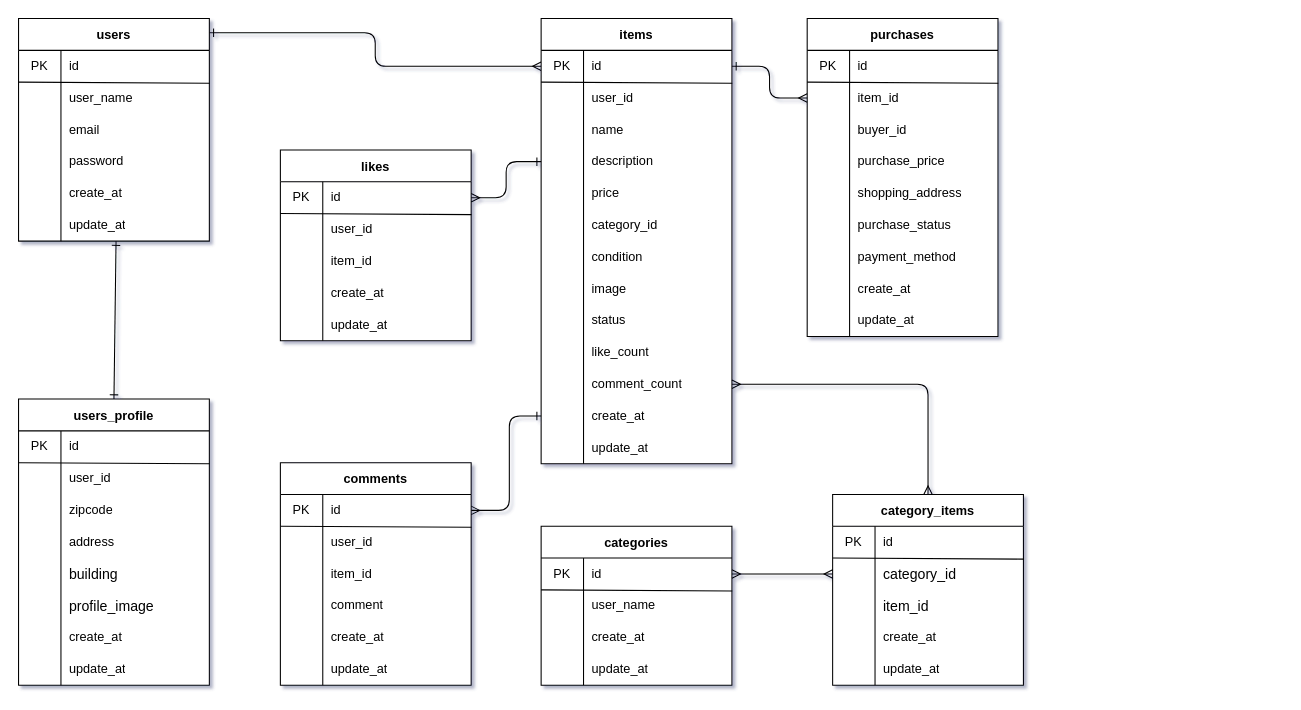
Above: erd.dio in shun1019/coachtech-flea-market-app (draw.io), before the change. Source tidied: cells renumbered, new cells numbered last; positions are measured from the earlier drawing's top-left corner, leaving out a move shared by most shapes. Both pictures are drawn from the tidied source at 106%, with x=0, y=0 at pixel (18, 18).
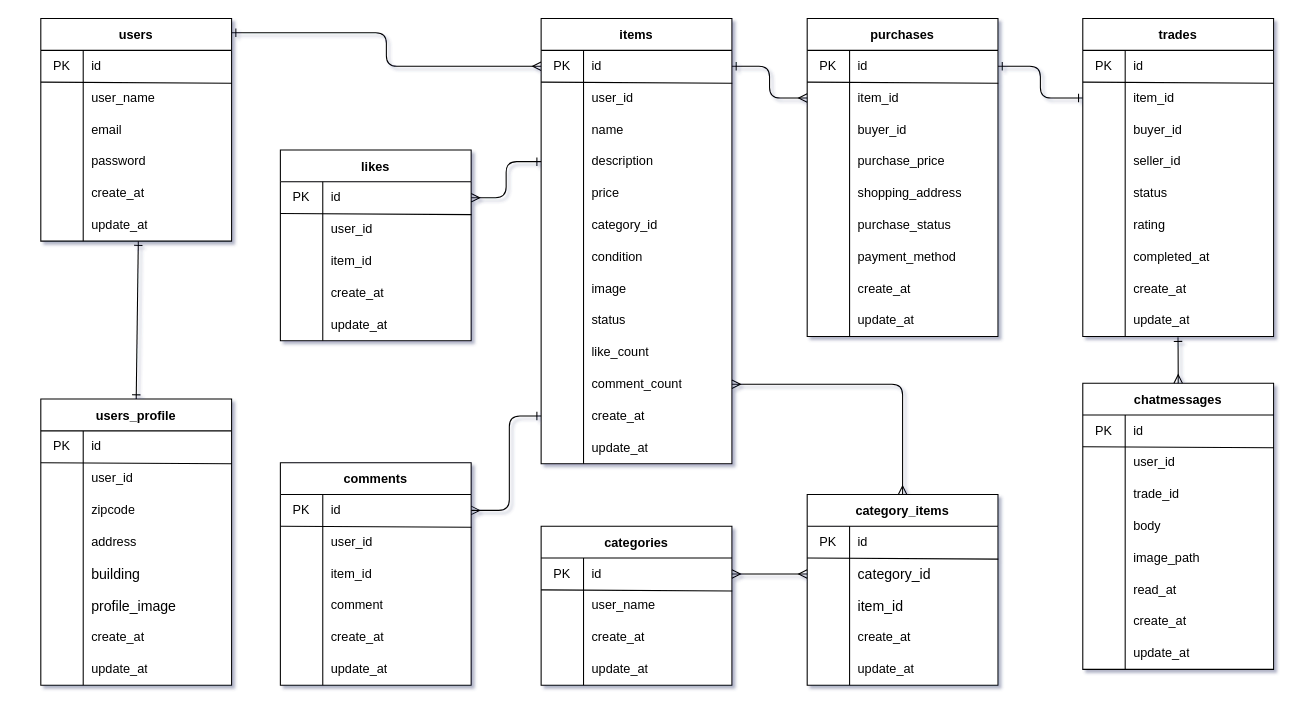
After the change.

Unchanged cells that the change refers to:
```xml
<mxCell id="24" style="shape=tableRow;horizontal=0;startSize=0;swimlaneHead=0;swimlaneBody=0;top=0;left=0;bottom=0;right=0;fillColor=none;points=[[0,0.5],[1,0.5]];portConstraint=eastwest;fontColor=#000000;" parent="23" vertex="1">
  <mxGeometry y="30" width="180" height="30" as="geometry" />
</mxCell>
```

What changed in the source:
```diff
@@
     <mxCell id="3" value="users" style="shape=table;startSize=30;childLayout=tableLayout;rowLines=0;fontStyle=1;fontColor=#000000;labelBackgroundColor=#FFFFFF;fillColor=#fff;strokeColor=#000000;swimlaneFillColor=#FFFFFF;" parent="1" vertex="1">
-      <mxGeometry width="180" height="210" as="geometry" />
+      <mxGeometry x="21" width="180" height="210" as="geometry" />
     </mxCell>
@@
     <mxCell id="145" value="users_profile" style="shape=table;startSize=30;childLayout=tableLayout;rowLines=0;fontStyle=1;fontColor=#000000;labelBackgroundColor=#FFFFFF;fillColor=#fff;strokeColor=#000000;swimlaneFillColor=#FFFFFF;" parent="1" vertex="1">
-      <mxGeometry y="359" width="180" height="270" as="geometry" />
+      <mxGeometry x="21" y="359" width="180" height="270" as="geometry" />
     </mxCell>
@@
     <mxCell id="174" value="category_items" style="shape=table;startSize=30;childLayout=tableLayout;rowLines=0;fontStyle=1;fontColor=#000000;labelBackgroundColor=#FFFFFF;fillColor=#fff;strokeColor=#000000;swimlaneFillColor=#FFFFFF;" parent="1" vertex="1">
-      <mxGeometry x="768" y="449" width="180" height="180" as="geometry" />
+      <mxGeometry x="744" y="449" width="180" height="180" as="geometry" />
     </mxCell>
@@
+    <mxCell id="193" value="trades" style="shape=table;startSize=30;childLayout=tableLayout;rowLines=0;fontStyle=1;fontColor=#000000;labelBackgroundColor=#FFFFFF;fillColor=#fff;strokeColor=#000000;swimlaneFillColor=#FFFFFF;" parent="1" vertex="1">
+      <mxGeometry x="1004" width="180" height="300" as="geometry" />
+    </mxCell>
+    <mxCell id="194" style="shape=tableRow;horizontal=0;startSize=0;swimlaneHead=0;swimlaneBody=0;top=0;left=0;bottom=0;right=0;fillColor=none;points=[[0,0.5],[1,0.5]];portConstraint=eastwest;fontColor=#000000;" parent="193" vertex="1">
+      <mxGeometry y="30" width="180" height="30" as="geometry" />
+    </mxCell>
+    <mxCell id="195" value="PK" style="shape=partialRectangle;html=1;whiteSpace=wrap;fillColor=none;top=0;left=0;bottom=0;right=0;overflow=hidden;fontColor=#000000;" parent="194" vertex="1">
+      <mxGeometry width="40" height="30" as="geometry" />
+    </mxCell>
+    <mxCell id="196" value="id" style="shape=partialRectangle;html=1;whiteSpace=wrap;fillColor=none;top=0;left=0;bottom=0;right=0;align=left;spacingLeft=6;overflow=hidden;fontColor=#000000;" parent="194" vertex="1">
+      <mxGeometry x="40" width="140" height="30" as="geometry" />
+    </mxCell>
+    <mxCell id="197" style="shape=tableRow;horizontal=0;startSize=0;swimlaneHead=0;swimlaneBody=0;top=0;left=0;bottom=0;right=0;fillColor=none;points=[[0,0.5],[1,0.5]];portConstraint=eastwest;fontColor=#000000;" parent="193" vertex="1">
+      <mxGeometry y="60" width="180" height="30" as="geometry" />
+    </mxCell>
+    <mxCell id="198" style="shape=partialRectangle;html=1;whiteSpace=wrap;fillColor=none;top=0;left=0;bottom=0;right=0;overflow=hidden;fontColor=#000000;" parent="197" vertex="1">
+      <mxGeometry width="40" height="30" as="geometry" />
+    </mxCell>
+    <mxCell id="199" value="item_id" style="shape=partialRectangle;html=1;whiteSpace=wrap;fillColor=none;top=0;left=0;bottom=0;right=0;align=left;spacingLeft=6;overflow=hidden;fontColor=#000000;" parent="197" vertex="1">
+      <mxGeometry x="40" width="140" height="30" as="geometry" />
+    </mxCell>
+    <mxCell id="200" style="shape=tableRow;horizontal=0;startSize=0;swimlaneHead=0;swimlaneBody=0;top=0;left=0;bottom=0;right=0;fillColor=none;fontColor=#000000;" parent="193" vertex="1">
+      <mxGeometry y="90" width="180" height="30" as="geometry" />
+    </mxCell>
+    <mxCell id="201" style="shape=partialRectangle;html=1;whiteSpace=wrap;fillColor=none;top=0;left=0;bottom=0;right=0;overflow=hidden;fontColor=#000000;" parent="200" vertex="1">
+      <mxGeometry width="40" height="30" as="geometry" />
+    </mxCell>
+    <mxCell id="202" value="buyer_id" style="shape=partialRectangle;html=1;whiteSpace=wrap;fillColor=none;top=0;left=0;bottom=0;right=0;align=left;spacingLeft=6;overflow=hidden;fontColor=#000000;" parent="200" vertex="1">
+      <mxGeometry x="40" width="140" height="30" as="geometry" />
+    </mxCell>
+    <mxCell id="203" style="shape=tableRow;horizontal=0;startSize=0;swimlaneHead=0;swimlaneBody=0;top=0;left=0;bottom=0;right=0;fillColor=none;fontColor=#000000;" parent="193" vertex="1">
+      <mxGeometry y="120" width="180" height="30" as="geometry" />
+    </mxCell>
+    <mxCell id="204" style="shape=partialRectangle;html=1;whiteSpace=wrap;fillColor=none;top=0;left=0;bottom=0;right=0;overflow=hidden;fontColor=#000000;" parent="203" vertex="1">
+      <mxGeometry width="40" height="30" as="geometry" />
+    </mxCell>
+    <mxCell id="205" value="seller_id" style="shape=partialRectangle;html=1;whiteSpace=wrap;fillColor=none;top=0;left=0;bottom=0;right=0;align=left;spacingLeft=6;overflow=hidden;fontColor=#000000;" parent="203" vertex="1">
+      <mxGeometry x="40" width="140" height="30" as="geometry" />
+    </mxCell>
+    <mxCell id="206" style="shape=tableRow;horizontal=0;startSize=0;swimlaneHead=0;swimlaneBody=0;top=0;left=0;bottom=0;right=0;fillColor=none;fontColor=#000000;" parent="193" vertex="1">
+      <mxGeometry y="150" width="180" height="30" as="geometry" />
+    </mxCell>
+    <mxCell id="207" style="shape=partialRectangle;html=1;whiteSpace=wrap;fillColor=none;top=0;left=0;bottom=0;right=0;overflow=hidden;fontColor=#000000;" parent="206" vertex="1">
+      <mxGeometry width="40" height="30" as="geometry" />
+    </mxCell>
+    <mxCell id="208" value="status" style="shape=partialRectangle;html=1;whiteSpace=wrap;fillColor=none;top=0;left=0;bottom=0;right=0;align=left;spacingLeft=6;overflow=hidden;fontColor=#000000;" parent="206" vertex="1">
+      <mxGeometry x="40" width="140" height="30" as="geometry" />
+    </mxCell>
+    <mxCell id="209" style="shape=tableRow;horizontal=0;startSize=0;swimlaneHead=0;swimlaneBody=0;top=0;left=0;bottom=0;right=0;fillColor=none;fontColor=#000000;" parent="193" vertex="1">
+      <mxGeometry y="180" width="180" height="30" as="geometry" />
+    </mxCell>
+    <mxCell id="210" style="shape=partialRectangle;html=1;whiteSpace=wrap;fillColor=none;top=0;left=0;bottom=0;right=0;overflow=hidden;fontColor=#000000;" parent="209" vertex="1">
+      <mxGeometry width="40" height="30" as="geometry" />
+    </mxCell>
+    <mxCell id="211" value="rating" style="shape=partialRectangle;html=1;whiteSpace=wrap;fillColor=none;top=0;left=0;bottom=0;right=0;align=left;spacingLeft=6;overflow=hidden;fontColor=#000000;" parent="209" vertex="1">
+      <mxGeometry x="40" width="140" height="30" as="geometry" />
+    </mxCell>
+    <mxCell id="212" style="shape=tableRow;horizontal=0;startSize=0;swimlaneHead=0;swimlaneBody=0;top=0;left=0;bottom=0;right=0;fillColor=none;fontColor=#000000;" parent="193" vertex="1">
+      <mxGeometry y="210" width="180" height="30" as="geometry" />
+    </mxCell>
+    <mxCell id="213" style="shape=partialRectangle;html=1;whiteSpace=wrap;fillColor=none;top=0;left=0;bottom=0;right=0;overflow=hidden;fontColor=#000000;" parent="212" vertex="1">
+      <mxGeometry width="40" height="30" as="geometry" />
+    </mxCell>
+    <mxCell id="214" value="completed_at" style="shape=partialRectangle;html=1;whiteSpace=wrap;fillColor=none;top=0;left=0;bottom=0;right=0;align=left;spacingLeft=6;overflow=hidden;fontColor=#000000;" parent="212" vertex="1">
+      <mxGeometry x="40" width="140" height="30" as="geometry" />
+    </mxCell>
+    <mxCell id="215" style="shape=tableRow;horizontal=0;startSize=0;swimlaneHead=0;swimlaneBody=0;top=0;left=0;bottom=0;right=0;fillColor=none;fontColor=#000000;" parent="193" vertex="1">
+      <mxGeometry y="240" width="180" height="30" as="geometry" />
+    </mxCell>
+    <mxCell id="216" style="shape=partialRectangle;html=1;whiteSpace=wrap;fillColor=none;top=0;left=0;bottom=0;right=0;overflow=hidden;fontColor=#000000;" parent="215" vertex="1">
+      <mxGeometry width="40" height="30" as="geometry" />
+    </mxCell>
+    <mxCell id="217" value="create_at" style="shape=partialRectangle;html=1;whiteSpace=wrap;fillColor=none;top=0;left=0;bottom=0;right=0;align=left;spacingLeft=6;overflow=hidden;fontColor=#000000;" parent="215" vertex="1">
+      <mxGeometry x="40" width="140" height="30" as="geometry" />
+    </mxCell>
+    <mxCell id="218" style="shape=tableRow;horizontal=0;startSize=0;swimlaneHead=0;swimlaneBody=0;top=0;left=0;bottom=0;right=0;fillColor=none;points=[[0,0.5],[1,0.5]];portConstraint=eastwest;fontColor=#000000;" parent="193" vertex="1">
+      <mxGeometry y="270" width="180" height="30" as="geometry" />
+    </mxCell>
+    <mxCell id="219" style="shape=partialRectangle;html=1;whiteSpace=wrap;fillColor=none;top=0;left=0;bottom=0;right=0;overflow=hidden;fontColor=#000000;" parent="218" vertex="1">
+      <mxGeometry width="40" height="30" as="geometry" />
+    </mxCell>
+    <mxCell id="220" value="update_at" style="shape=partialRectangle;html=1;whiteSpace=wrap;fillColor=none;top=0;left=0;bottom=0;right=0;align=left;spacingLeft=6;overflow=hidden;fontColor=#000000;" parent="218" vertex="1">
+      <mxGeometry x="40" width="140" height="30" as="geometry" />
+    </mxCell>
+    <mxCell id="221" style="endArrow=none;html=1;strokeColor=#000000;exitX=1.002;exitY=1.033;exitDx=0;exitDy=0;exitPerimeter=0;fontColor=#000000;" parent="193" edge="1" source="194">
+      <mxGeometry relative="1" as="geometry">
+        <mxPoint y="60" as="targetPoint" />
+      </mxGeometry>
+    </mxCell>
+    <mxCell id="222" style="edgeStyle=orthogonalEdgeStyle;html=1;strokeColor=#000000;startArrow=ERone;startFill=0;endArrow=ERone;endFill=0;entryX=1;entryY=0.5;entryDx=0;entryDy=0;exitX=0;exitY=0.5;exitDx=0;exitDy=0;" parent="1" edge="1" source="197" target="24">
+      <mxGeometry relative="1" as="geometry" />
+    </mxCell>
+    <mxCell id="223" value="chatmessages" style="shape=table;startSize=30;childLayout=tableLayout;rowLines=0;fontStyle=1;fontColor=#000000;labelBackgroundColor=#FFFFFF;fillColor=#fff;strokeColor=#000000;swimlaneFillColor=#FFFFFF;" parent="1" vertex="1">
+      <mxGeometry x="1004" y="344" width="180" height="270" as="geometry" />
+    </mxCell>
+    <mxCell id="224" style="shape=tableRow;horizontal=0;startSize=0;swimlaneHead=0;swimlaneBody=0;top=0;left=0;bottom=0;right=0;fillColor=none;points=[[0,0.5],[1,0.5]];portConstraint=eastwest;fontColor=#000000;" parent="223" vertex="1">
+      <mxGeometry y="30" width="180" height="30" as="geometry" />
+    </mxCell>
+    <mxCell id="225" value="PK" style="shape=partialRectangle;html=1;whiteSpace=wrap;fillColor=none;top=0;left=0;bottom=0;right=0;overflow=hidden;fontColor=#000000;" parent="224" vertex="1">
+      <mxGeometry width="40" height="30" as="geometry" />
+    </mxCell>
+    <mxCell id="226" value="id" style="shape=partialRectangle;html=1;whiteSpace=wrap;fillColor=none;top=0;left=0;bottom=0;right=0;align=left;spacingLeft=6;overflow=hidden;fontColor=#000000;" parent="224" vertex="1">
+      <mxGeometry x="40" width="140" height="30" as="geometry" />
+    </mxCell>
+    <mxCell id="227" style="shape=tableRow;horizontal=0;startSize=0;swimlaneHead=0;swimlaneBody=0;top=0;left=0;bottom=0;right=0;fillColor=none;fontColor=#000000;" parent="223" vertex="1">
+      <mxGeometry y="60" width="180" height="30" as="geometry" />
+    </mxCell>
+    <mxCell id="228" style="shape=partialRectangle;html=1;whiteSpace=wrap;fillColor=none;top=0;left=0;bottom=0;right=0;overflow=hidden;fontColor=#000000;" parent="227" vertex="1">
+      <mxGeometry width="40" height="30" as="geometry" />
+    </mxCell>
+    <mxCell id="229" value="user_id" style="shape=partialRectangle;html=1;whiteSpace=wrap;fillColor=none;top=0;left=0;bottom=0;right=0;align=left;spacingLeft=6;overflow=hidden;fontColor=#000000;" parent="227" vertex="1">
+      <mxGeometry x="40" width="140" height="30" as="geometry" />
+    </mxCell>
+    <mxCell id="230" style="shape=tableRow;horizontal=0;startSize=0;swimlaneHead=0;swimlaneBody=0;top=0;left=0;bottom=0;right=0;fillColor=none;fontColor=#000000;" parent="223" vertex="1">
+      <mxGeometry y="90" width="180" height="30" as="geometry" />
+    </mxCell>
+    <mxCell id="231" style="shape=partialRectangle;html=1;whiteSpace=wrap;fillColor=none;top=0;left=0;bottom=0;right=0;overflow=hidden;fontColor=#000000;" parent="230" vertex="1">
+      <mxGeometry width="40" height="30" as="geometry" />
+    </mxCell>
+    <mxCell id="232" value="trade_id" style="shape=partialRectangle;html=1;whiteSpace=wrap;fillColor=none;top=0;left=0;bottom=0;right=0;align=left;spacingLeft=6;overflow=hidden;fontColor=#000000;" parent="230" vertex="1">
+      <mxGeometry x="40" width="140" height="30" as="geometry" />
+    </mxCell>
+    <mxCell id="233" style="shape=tableRow;horizontal=0;startSize=0;swimlaneHead=0;swimlaneBody=0;top=0;left=0;bottom=0;right=0;fillColor=none;fontColor=#000000;" parent="223" vertex="1">
+      <mxGeometry y="120" width="180" height="30" as="geometry" />
+    </mxCell>
+    <mxCell id="234" style="shape=partialRectangle;html=1;whiteSpace=wrap;fillColor=none;top=0;left=0;bottom=0;right=0;overflow=hidden;fontColor=#000000;" parent="233" vertex="1">
+      <mxGeometry width="40" height="30" as="geometry" />
+    </mxCell>
+    <mxCell id="235" value="body" style="shape=partialRectangle;html=1;whiteSpace=wrap;fillColor=none;top=0;left=0;bottom=0;right=0;align=left;spacingLeft=6;overflow=hidden;fontColor=#000000;" parent="233" vertex="1">
+      <mxGeometry x="40" width="140" height="30" as="geometry" />
+    </mxCell>
+    <mxCell id="236" style="shape=tableRow;horizontal=0;startSize=0;swimlaneHead=0;swimlaneBody=0;top=0;left=0;bottom=0;right=0;fillColor=none;fontColor=#000000;" parent="223" vertex="1">
+      <mxGeometry y="150" width="180" height="30" as="geometry" />
+    </mxCell>
+    <mxCell id="237" style="shape=partialRectangle;html=1;whiteSpace=wrap;fillColor=none;top=0;left=0;bottom=0;right=0;overflow=hidden;fontColor=#000000;" parent="236" vertex="1">
+      <mxGeometry width="40" height="30" as="geometry" />
+    </mxCell>
+    <mxCell id="238" value="image_path" style="shape=partialRectangle;html=1;whiteSpace=wrap;fillColor=none;top=0;left=0;bottom=0;right=0;align=left;spacingLeft=6;overflow=hidden;fontColor=#000000;" parent="236" vertex="1">
+      <mxGeometry x="40" width="140" height="30" as="geometry" />
+    </mxCell>
+    <mxCell id="239" style="shape=tableRow;horizontal=0;startSize=0;swimlaneHead=0;swimlaneBody=0;top=0;left=0;bottom=0;right=0;fillColor=none;fontColor=#000000;" parent="223" vertex="1">
+      <mxGeometry y="180" width="180" height="30" as="geometry" />
+    </mxCell>
+    <mxCell id="240" style="shape=partialRectangle;html=1;whiteSpace=wrap;fillColor=none;top=0;left=0;bottom=0;right=0;overflow=hidden;fontColor=#000000;" parent="239" vertex="1">
+      <mxGeometry width="40" height="30" as="geometry" />
+    </mxCell>
+    <mxCell id="241" value="read_at" style="shape=partialRectangle;html=1;whiteSpace=wrap;fillColor=none;top=0;left=0;bottom=0;right=0;align=left;spacingLeft=6;overflow=hidden;fontColor=#000000;" parent="239" vertex="1">
+      <mxGeometry x="40" width="140" height="30" as="geometry" />
+    </mxCell>
+    <mxCell id="242" style="shape=tableRow;horizontal=0;startSize=0;swimlaneHead=0;swimlaneBody=0;top=0;left=0;bottom=0;right=0;fillColor=none;fontColor=#000000;" parent="223" vertex="1">
+      <mxGeometry y="210" width="180" height="30" as="geometry" />
+    </mxCell>
+    <mxCell id="243" style="shape=partialRectangle;html=1;whiteSpace=wrap;fillColor=none;top=0;left=0;bottom=0;right=0;overflow=hidden;fontColor=#000000;" parent="242" vertex="1">
+      <mxGeometry width="40" height="30" as="geometry" />
+    </mxCell>
+    <mxCell id="244" value="create_at" style="shape=partialRectangle;html=1;whiteSpace=wrap;fillColor=none;top=0;left=0;bottom=0;right=0;align=left;spacingLeft=6;overflow=hidden;fontColor=#000000;" parent="242" vertex="1">
+      <mxGeometry x="40" width="140" height="30" as="geometry" />
+    </mxCell>
+    <mxCell id="245" style="shape=tableRow;horizontal=0;startSize=0;swimlaneHead=0;swimlaneBody=0;top=0;left=0;bottom=0;right=0;fillColor=none;fontColor=#000000;" parent="223" vertex="1">
+      <mxGeometry y="240" width="180" height="30" as="geometry" />
+    </mxCell>
+    <mxCell id="246" style="shape=partialRectangle;html=1;whiteSpace=wrap;fillColor=none;top=0;left=0;bottom=0;right=0;overflow=hidden;fontColor=#000000;" parent="245" vertex="1">
+      <mxGeometry width="40" height="30" as="geometry" />
+    </mxCell>
+    <mxCell id="247" value="update_at" style="shape=partialRectangle;html=1;whiteSpace=wrap;fillColor=none;top=0;left=0;bottom=0;right=0;align=left;spacingLeft=6;overflow=hidden;fontColor=#000000;" parent="245" vertex="1">
+      <mxGeometry x="40" width="140" height="30" as="geometry" />
+    </mxCell>
+    <mxCell id="248" style="endArrow=none;html=1;strokeColor=#000000;exitX=1.002;exitY=1.033;exitDx=0;exitDy=0;exitPerimeter=0;fontColor=#000000;" parent="223" edge="1" source="224">
+      <mxGeometry relative="1" as="geometry">
+        <mxPoint y="60" as="targetPoint" />
+      </mxGeometry>
+    </mxCell>
+    <mxCell id="249" style="edgeStyle=orthogonalEdgeStyle;html=1;strokeColor=#000000;startArrow=ERmany;startFill=0;endArrow=ERone;endFill=0;entryX=0.499;entryY=1.019;entryDx=0;entryDy=0;exitX=0.5;exitY=0;exitDx=0;exitDy=0;entryPerimeter=0;" parent="1" edge="1" source="223" target="218">
+      <mxGeometry relative="1" as="geometry" />
+    </mxCell>
```
